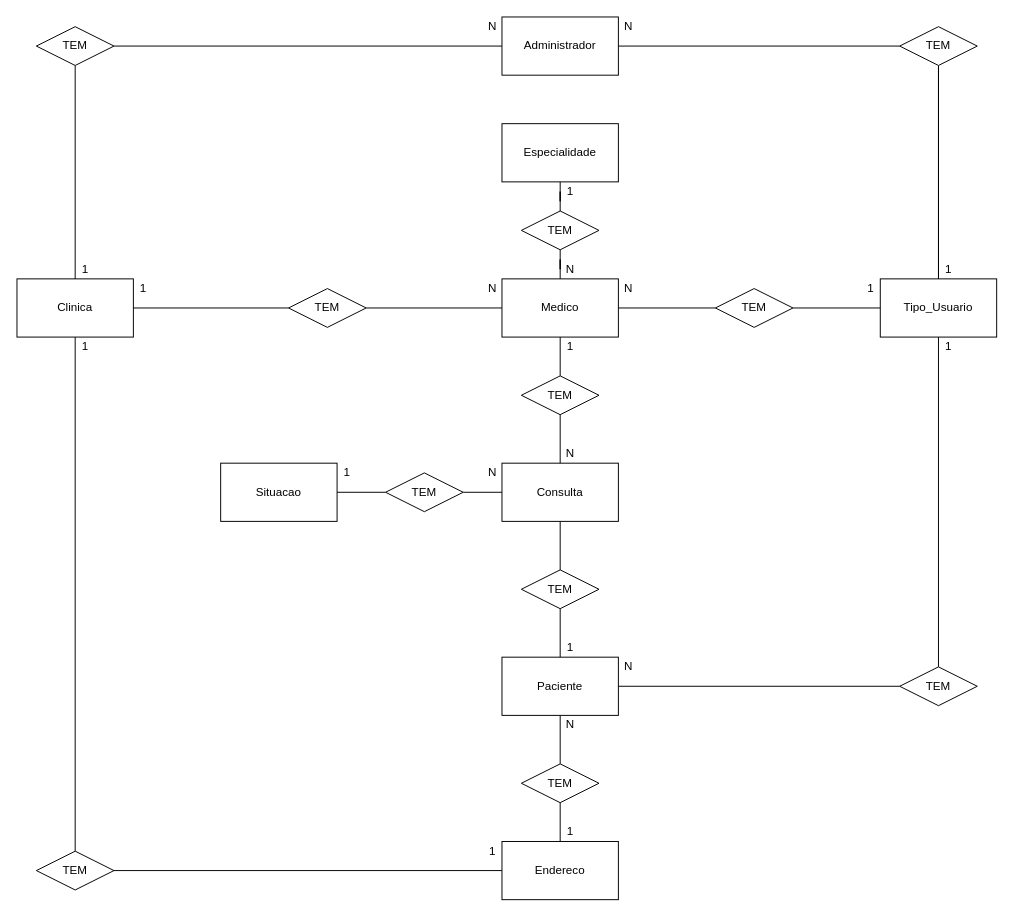
alexandre-ls94/Projeto-SPMedicalGroup keeps this draw.io diagram as page "CONCEITUAL" (1 of 2) of Modelagem/ProjetoSPMedicalGroup.drawio. Above is the earlier version. Source tidied: cells renumbered, new cells numbered last; positions are measured from the earlier drawing's top-left corner, leaving out a move shared by most shapes. Both pictures are drawn from the tidied source at 97%, with x=0, y=0 at pixel (16, 16).
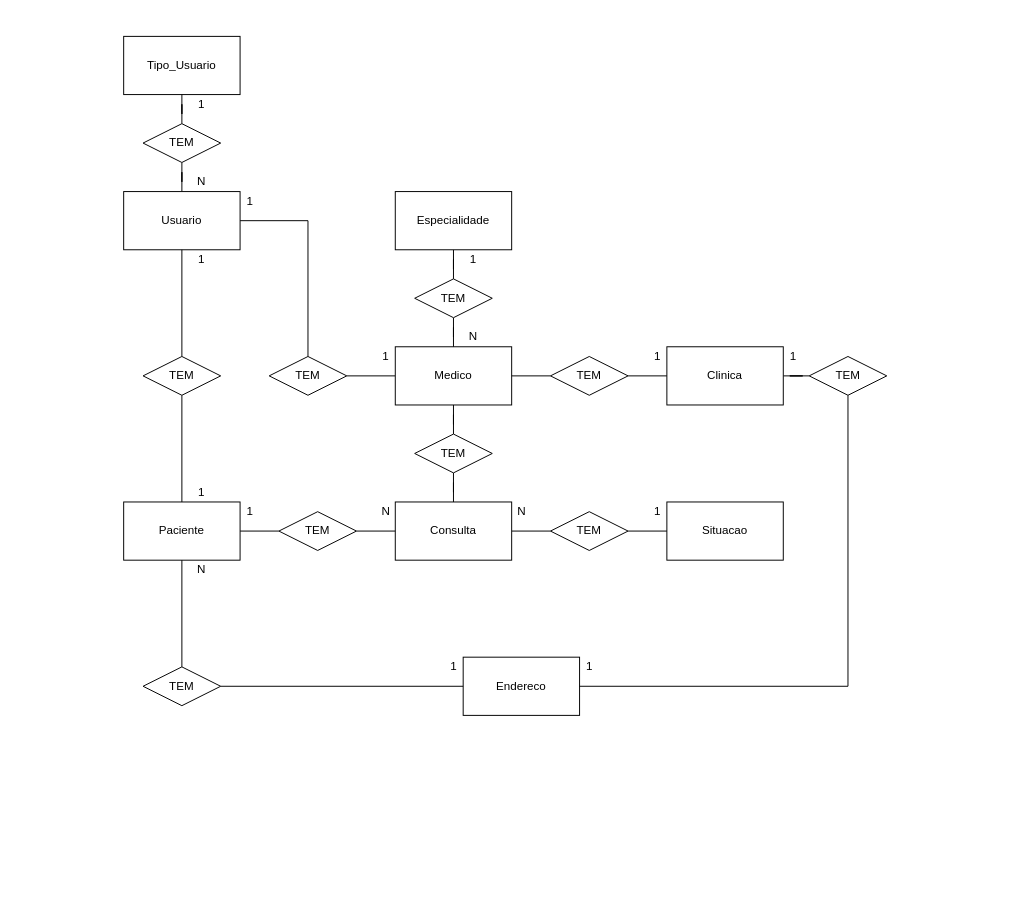
The same page after the edit.

What changed in the source:
```diff
@@
-    <mxCell id="2" style="edgeStyle=orthogonalEdgeStyle;rounded=0;jettySize=auto;html=1;endArrow=none;endFill=0;" parent="1" edge="1" source="3" target="33">
-      <mxGeometry relative="1" as="geometry" />
-    </mxCell>
+    <mxCell id="66" style="edgeStyle=orthogonalEdgeStyle;rounded=0;jettySize=auto;html=1;endArrow=none;endFill=0;" parent="1" edge="1" source="3" target="91">
+      <mxGeometry relative="1" as="geometry" />
+    </mxCell>
     <mxCell id="3" value="Clinica" style="rounded=0;whiteSpace=wrap;html=1;" parent="1" vertex="1">
-      <mxGeometry y="270" width="120" height="60" as="geometry" />
+      <mxGeometry x="670" y="340" width="120" height="60" as="geometry" />
     </mxCell>
-    <mxCell id="4" style="edgeStyle=orthogonalEdgeStyle;rounded=0;jettySize=auto;html=1;endArrow=none;endFill=0;entryX=0.5;entryY=0;entryDx=0;entryDy=0;" parent="1" edge="1" source="49" target="6">
-      <mxGeometry relative="1" as="geometry" />
-    </mxCell>
+    <mxCell id="67" style="edgeStyle=orthogonalEdgeStyle;rounded=0;jettySize=auto;html=1;endArrow=none;endFill=0;" parent="1" edge="1" source="5" target="49">
+      <mxGeometry relative="1" as="geometry" />
+    </mxCell>
+    <mxCell id="68" style="edgeStyle=orthogonalEdgeStyle;rounded=0;jettySize=auto;html=1;endArrow=none;endFill=0;" parent="1" edge="1" source="5" target="74">
+      <mxGeometry relative="1" as="geometry" />
+    </mxCell>
-    <mxCell id="5" value="Administrador" style="rounded=0;whiteSpace=wrap;html=1;" parent="1" vertex="1">
-      <mxGeometry x="500" width="120" height="60" as="geometry" />
+    <mxCell id="5" value="Usuario" style="rounded=0;whiteSpace=wrap;html=1;" parent="1" vertex="1">
+      <mxGeometry x="110" y="180" width="120" height="60" as="geometry" />
     </mxCell>
     <mxCell id="6" value="Tipo_Usuario" style="rounded=0;whiteSpace=wrap;html=1;" parent="1" vertex="1">
-      <mxGeometry x="890" y="270" width="120" height="60" as="geometry" />
+      <mxGeometry x="110" y="20" width="120" height="60" as="geometry" />
     </mxCell>
+    <mxCell id="69" style="edgeStyle=orthogonalEdgeStyle;rounded=0;jettySize=auto;html=1;endArrow=none;endFill=0;" parent="1" edge="1" source="7" target="74">
+      <mxGeometry relative="1" as="geometry" />
+    </mxCell>
     <mxCell id="7" value="Medico" style="rounded=0;whiteSpace=wrap;html=1;" parent="1" vertex="1">
-      <mxGeometry x="500" y="270" width="120" height="60" as="geometry" />
+      <mxGeometry x="390" y="340" width="120" height="60" as="geometry" />
     </mxCell>
+    <mxCell id="70" style="edgeStyle=orthogonalEdgeStyle;rounded=0;jettySize=auto;html=1;endArrow=none;endFill=0;" parent="1" edge="1" source="8" target="78">
+      <mxGeometry relative="1" as="geometry" />
+    </mxCell>
     <mxCell id="8" value="Paciente" style="rounded=0;whiteSpace=wrap;html=1;" parent="1" vertex="1">
-      <mxGeometry x="500" y="660" width="120" height="60" as="geometry" />
+      <mxGeometry x="110" y="500" width="120" height="60" as="geometry" />
     </mxCell>
-    <mxCell id="9" style="edgeStyle=orthogonalEdgeStyle;rounded=0;jettySize=auto;html=1;endArrow=none;endFill=0;" parent="1" edge="1" source="10" target="18">
-      <mxGeometry relative="1" as="geometry" />
-    </mxCell>
+    <mxCell id="71" style="edgeStyle=orthogonalEdgeStyle;rounded=0;jettySize=auto;html=1;endArrow=none;endFill=0;" parent="1" edge="1" source="10" target="76">
+      <mxGeometry relative="1" as="geometry" />
+    </mxCell>
     <mxCell id="10" value="Especialidade" style="rounded=0;whiteSpace=wrap;html=1;" parent="1" vertex="1">
-      <mxGeometry x="500" y="110" width="120" height="60" as="geometry" />
+      <mxGeometry x="390" y="180" width="120" height="60" as="geometry" />
     </mxCell>
+    <mxCell id="72" style="edgeStyle=orthogonalEdgeStyle;rounded=0;jettySize=auto;html=1;endArrow=none;endFill=0;" parent="1" edge="1" source="11" target="83">
+      <mxGeometry relative="1" as="geometry" />
+    </mxCell>
     <mxCell id="11" value="Consulta" style="rounded=0;whiteSpace=wrap;html=1;" parent="1" vertex="1">
-      <mxGeometry x="500" y="460" width="120" height="60" as="geometry" />
+      <mxGeometry x="390" y="500" width="120" height="60" as="geometry" />
     </mxCell>
     <mxCell id="12" value="Endereco" style="rounded=0;whiteSpace=wrap;html=1;" parent="1" vertex="1">
-      <mxGeometry x="500" y="850" width="120" height="60" as="geometry" />
+      <mxGeometry x="460" y="660" width="120" height="60" as="geometry" />
     </mxCell>
-    <mxCell id="13" style="edgeStyle=orthogonalEdgeStyle;rounded=0;jettySize=auto;html=1;endArrow=none;endFill=0;" parent="1" edge="1" source="14" target="16">
-      <mxGeometry relative="1" as="geometry" />
-    </mxCell>
     <mxCell id="14" value="Situacao" style="rounded=0;whiteSpace=wrap;html=1;" parent="1" vertex="1">
-      <mxGeometry x="210" y="460" width="120" height="60" as="geometry" />
+      <mxGeometry x="670" y="500" width="120" height="60" as="geometry" />
     </mxCell>
-    <mxCell id="15" style="edgeStyle=orthogonalEdgeStyle;rounded=0;jettySize=auto;html=1;endArrow=none;endFill=0;" parent="1" edge="1" source="16" target="11">
-      <mxGeometry relative="1" as="geometry" />
-    </mxCell>
-    <mxCell id="16" value="TEM" style="rhombus;whiteSpace=wrap;html=1;" parent="1" vertex="1">
-      <mxGeometry x="380" y="470" width="80" height="40" as="geometry" />
-    </mxCell>
-    <mxCell id="17" style="edgeStyle=orthogonalEdgeStyle;rounded=0;jettySize=auto;html=1;endArrow=none;endFill=0;" parent="1" edge="1" source="18" target="7">
-      <mxGeometry relative="1" as="geometry" />
-    </mxCell>
-    <mxCell id="18" value="TEM" style="rhombus;whiteSpace=wrap;html=1;" parent="1" vertex="1">
-      <mxGeometry x="520" y="200" width="80" height="40" as="geometry" />
-    </mxCell>
-    <mxCell id="19" style="edgeStyle=orthogonalEdgeStyle;rounded=0;jettySize=auto;html=1;endArrow=none;endFill=0;" parent="1" edge="1" source="49" target="6">
-      <mxGeometry relative="1" as="geometry" />
-    </mxCell>
-    <mxCell id="20" style="edgeStyle=orthogonalEdgeStyle;rounded=0;jettySize=auto;html=1;endArrow=none;endFill=0;" parent="1" edge="1" source="22" target="8">
-      <mxGeometry relative="1" as="geometry" />
-    </mxCell>
-    <mxCell id="21" style="edgeStyle=orthogonalEdgeStyle;rounded=0;jettySize=auto;html=1;endArrow=none;endFill=0;" parent="1" edge="1" source="22" target="12">
-      <mxGeometry relative="1" as="geometry" />
-    </mxCell>
-    <mxCell id="22" value="TEM" style="rhombus;whiteSpace=wrap;html=1;" parent="1" vertex="1">
-      <mxGeometry x="520" y="770" width="80" height="40" as="geometry" />
-    </mxCell>
-    <mxCell id="23" style="edgeStyle=orthogonalEdgeStyle;rounded=0;jettySize=auto;html=1;endArrow=none;endFill=0;" parent="1" edge="1" source="25" target="11">
-      <mxGeometry relative="1" as="geometry" />
-    </mxCell>
-    <mxCell id="24" style="edgeStyle=orthogonalEdgeStyle;rounded=0;jettySize=auto;html=1;endArrow=none;endFill=0;" parent="1" edge="1" source="25" target="8">
-      <mxGeometry relative="1" as="geometry" />
-    </mxCell>
-    <mxCell id="25" value="TEM" style="rhombus;whiteSpace=wrap;html=1;" parent="1" vertex="1">
-      <mxGeometry x="520" y="570" width="80" height="40" as="geometry" />
-    </mxCell>
-    <mxCell id="26" style="edgeStyle=orthogonalEdgeStyle;rounded=0;jettySize=auto;html=1;endArrow=none;endFill=0;" parent="1" edge="1" source="28" target="3">
-      <mxGeometry relative="1" as="geometry" />
-    </mxCell>
-    <mxCell id="27" style="edgeStyle=orthogonalEdgeStyle;rounded=0;jettySize=auto;html=1;entryX=0;entryY=0.5;entryDx=0;entryDy=0;endArrow=none;endFill=0;" parent="1" edge="1" source="28" target="7">
-      <mxGeometry relative="1" as="geometry" />
-    </mxCell>
-    <mxCell id="28" value="TEM" style="rhombus;whiteSpace=wrap;html=1;" parent="1" vertex="1">
-      <mxGeometry x="280" y="280" width="80" height="40" as="geometry" />
-    </mxCell>
-    <mxCell id="29" style="edgeStyle=orthogonalEdgeStyle;rounded=0;jettySize=auto;html=1;endArrow=none;endFill=0;" parent="1" edge="1" source="31" target="7">
-      <mxGeometry relative="1" as="geometry" />
-    </mxCell>
-    <mxCell id="30" style="edgeStyle=orthogonalEdgeStyle;rounded=0;jettySize=auto;html=1;endArrow=none;endFill=0;" parent="1" edge="1" source="31" target="11">
-      <mxGeometry relative="1" as="geometry" />
-    </mxCell>
-    <mxCell id="31" value="TEM" style="rhombus;whiteSpace=wrap;html=1;" parent="1" vertex="1">
-      <mxGeometry x="520" y="370" width="80" height="40" as="geometry" />
-    </mxCell>
-    <mxCell id="32" style="edgeStyle=orthogonalEdgeStyle;rounded=0;jettySize=auto;html=1;endArrow=none;endFill=0;" parent="1" edge="1" source="33" target="12">
-      <mxGeometry relative="1" as="geometry" />
-    </mxCell>
-    <mxCell id="33" value="TEM" style="rhombus;whiteSpace=wrap;html=1;" parent="1" vertex="1">
-      <mxGeometry x="20" y="860" width="80" height="40" as="geometry" />
-    </mxCell>
-    <mxCell id="34" value="1" style="text;html=1;align=center;verticalAlign=middle;" parent="1" vertex="1">
-      <mxGeometry x="560" y="170" width="20" height="20" as="geometry" />
-    </mxCell>
-    <mxCell id="35" value="N" style="text;html=1;align=center;verticalAlign=middle;" parent="1" vertex="1">
-      <mxGeometry x="480" y="270" width="20" height="20" as="geometry" />
-    </mxCell>
-    <mxCell id="36" value="N" style="text;html=1;align=center;verticalAlign=middle;" parent="1" vertex="1">
-      <mxGeometry x="560" y="250" width="20" height="20" as="geometry" />
-    </mxCell>
-    <mxCell id="37" value="1" style="text;html=1;align=center;verticalAlign=middle;" parent="1" vertex="1">
-      <mxGeometry x="560" y="330" width="20" height="20" as="geometry" />
-    </mxCell>
-    <mxCell id="38" value="N" style="text;html=1;align=center;verticalAlign=middle;" parent="1" vertex="1">
-      <mxGeometry x="560" y="440" width="20" height="20" as="geometry" />
-    </mxCell>
-    <mxCell id="39" value="1" style="text;html=1;align=center;verticalAlign=middle;" parent="1" vertex="1">
-      <mxGeometry x="330" y="460" width="20" height="20" as="geometry" />
-    </mxCell>
-    <mxCell id="40" value="N" style="text;html=1;align=center;verticalAlign=middle;" parent="1" vertex="1">
-      <mxGeometry x="480" y="460" width="20" height="20" as="geometry" />
-    </mxCell>
-    <mxCell id="41" value="N" style="text;html=1;align=center;verticalAlign=middle;" parent="1" vertex="1">
-      <mxGeometry x="620" y="660" width="20" height="20" as="geometry" />
-    </mxCell>
-    <mxCell id="42" value="1" style="text;html=1;align=center;verticalAlign=middle;" parent="1" vertex="1">
-      <mxGeometry x="560" y="640" width="20" height="20" as="geometry" />
-    </mxCell>
-    <mxCell id="43" value="1" style="text;html=1;align=center;verticalAlign=middle;" parent="1" vertex="1">
-      <mxGeometry x="560" y="830" width="20" height="20" as="geometry" />
-    </mxCell>
-    <mxCell id="44" value="N" style="text;html=1;align=center;verticalAlign=middle;" parent="1" vertex="1">
-      <mxGeometry x="560" y="720" width="20" height="20" as="geometry" />
-    </mxCell>
-    <mxCell id="45" value="1" style="text;html=1;align=center;verticalAlign=middle;" parent="1" vertex="1">
-      <mxGeometry x="120" y="270" width="20" height="20" as="geometry" />
-    </mxCell>
-    <mxCell id="46" value="1" style="text;html=1;align=center;verticalAlign=middle;" parent="1" vertex="1">
-      <mxGeometry x="60" y="330" width="20" height="20" as="geometry" />
-    </mxCell>
-    <mxCell id="47" value="1" style="text;html=1;align=center;verticalAlign=middle;" parent="1" vertex="1">
-      <mxGeometry x="480" y="850" width="20" height="20" as="geometry" />
-    </mxCell>
-    <mxCell id="48" style="edgeStyle=orthogonalEdgeStyle;rounded=0;jettySize=auto;html=1;endArrow=none;endFill=0;" parent="1" edge="1" source="49" target="5">
-      <mxGeometry relative="1" as="geometry" />
-    </mxCell>
+    <mxCell id="73" style="edgeStyle=orthogonalEdgeStyle;rounded=0;jettySize=auto;html=1;endArrow=none;endFill=0;" parent="1" edge="1" source="49" target="6">
+      <mxGeometry relative="1" as="geometry" />
+    </mxCell>
     <mxCell id="49" value="TEM" style="rhombus;whiteSpace=wrap;html=1;" parent="1" vertex="1">
-      <mxGeometry x="910" y="10" width="80" height="40" as="geometry" />
+      <mxGeometry x="130" y="110" width="80" height="40" as="geometry" />
     </mxCell>
-    <mxCell id="50" style="edgeStyle=orthogonalEdgeStyle;rounded=0;jettySize=auto;html=1;endArrow=none;endFill=0;" parent="1" edge="1" source="52" target="7">
-      <mxGeometry relative="1" as="geometry" />
-    </mxCell>
-    <mxCell id="51" style="edgeStyle=orthogonalEdgeStyle;rounded=0;jettySize=auto;html=1;endArrow=none;endFill=0;" parent="1" edge="1" source="52" target="6">
-      <mxGeometry relative="1" as="geometry" />
-    </mxCell>
-    <mxCell id="52" value="TEM" style="rhombus;whiteSpace=wrap;html=1;" parent="1" vertex="1">
-      <mxGeometry x="720" y="280" width="80" height="40" as="geometry" />
-    </mxCell>
-    <mxCell id="53" style="edgeStyle=orthogonalEdgeStyle;rounded=0;jettySize=auto;html=1;endArrow=none;endFill=0;" parent="1" edge="1" source="55" target="6">
-      <mxGeometry relative="1" as="geometry" />
-    </mxCell>
-    <mxCell id="54" style="edgeStyle=orthogonalEdgeStyle;rounded=0;jettySize=auto;html=1;endArrow=none;endFill=0;" parent="1" edge="1" source="55" target="8">
-      <mxGeometry relative="1" as="geometry" />
-    </mxCell>
-    <mxCell id="55" value="TEM" style="rhombus;whiteSpace=wrap;html=1;" parent="1" vertex="1">
-      <mxGeometry x="910" y="670" width="80" height="40" as="geometry" />
-    </mxCell>
-    <mxCell id="56" value="N" style="text;html=1;align=center;verticalAlign=middle;" parent="1" vertex="1">
-      <mxGeometry x="620" y="270" width="20" height="20" as="geometry" />
-    </mxCell>
-    <mxCell id="57" value="1" style="text;html=1;align=center;verticalAlign=middle;" parent="1" vertex="1">
-      <mxGeometry x="870" y="270" width="20" height="20" as="geometry" />
-    </mxCell>
-    <mxCell id="58" value="N" style="text;html=1;align=center;verticalAlign=middle;" parent="1" vertex="1">
-      <mxGeometry x="620" width="20" height="20" as="geometry" />
-    </mxCell>
-    <mxCell id="59" value="1" style="text;html=1;align=center;verticalAlign=middle;" parent="1" vertex="1">
-      <mxGeometry x="950" y="250" width="20" height="20" as="geometry" />
-    </mxCell>
-    <mxCell id="60" value="1" style="text;html=1;align=center;verticalAlign=middle;" parent="1" vertex="1">
-      <mxGeometry x="950" y="330" width="20" height="20" as="geometry" />
-    </mxCell>
-    <mxCell id="61" style="edgeStyle=orthogonalEdgeStyle;rounded=0;jettySize=auto;html=1;endArrow=none;endFill=0;" parent="1" edge="1" source="63" target="5">
-      <mxGeometry relative="1" as="geometry" />
-    </mxCell>
-    <mxCell id="62" style="edgeStyle=orthogonalEdgeStyle;rounded=0;jettySize=auto;html=1;endArrow=none;endFill=0;" parent="1" edge="1" source="63" target="3">
-      <mxGeometry relative="1" as="geometry" />
-    </mxCell>
-    <mxCell id="63" value="TEM" style="rhombus;whiteSpace=wrap;html=1;" parent="1" vertex="1">
-      <mxGeometry x="20" y="10" width="80" height="40" as="geometry" />
-    </mxCell>
-    <mxCell id="64" value="1" style="text;html=1;align=center;verticalAlign=middle;" parent="1" vertex="1">
-      <mxGeometry x="60" y="250" width="20" height="20" as="geometry" />
-    </mxCell>
-    <mxCell id="65" value="N" style="text;html=1;align=center;verticalAlign=middle;" parent="1" vertex="1">
-      <mxGeometry x="480" width="20" height="20" as="geometry" />
-    </mxCell>
+    <mxCell id="74" value="TEM" style="rhombus;whiteSpace=wrap;html=1;" parent="1" vertex="1">
+      <mxGeometry x="260" y="350" width="80" height="40" as="geometry" />
+    </mxCell>
+    <mxCell id="75" style="edgeStyle=orthogonalEdgeStyle;rounded=0;jettySize=auto;html=1;entryX=0.5;entryY=0;entryDx=0;entryDy=0;endArrow=none;endFill=0;" parent="1" edge="1" source="76" target="7">
+      <mxGeometry relative="1" as="geometry" />
+    </mxCell>
+    <mxCell id="76" value="TEM" style="rhombus;whiteSpace=wrap;html=1;" parent="1" vertex="1">
+      <mxGeometry x="410" y="270" width="80" height="40" as="geometry" />
+    </mxCell>
+    <mxCell id="77" style="edgeStyle=orthogonalEdgeStyle;rounded=0;jettySize=auto;html=1;endArrow=none;endFill=0;" parent="1" edge="1" source="78" target="11">
+      <mxGeometry relative="1" as="geometry" />
+    </mxCell>
+    <mxCell id="78" value="TEM" style="rhombus;whiteSpace=wrap;html=1;" parent="1" vertex="1">
+      <mxGeometry x="270" y="510" width="80" height="40" as="geometry" />
+    </mxCell>
+    <mxCell id="79" style="edgeStyle=orthogonalEdgeStyle;rounded=0;jettySize=auto;html=1;endArrow=none;endFill=0;" parent="1" edge="1" source="81" target="11">
+      <mxGeometry relative="1" as="geometry" />
+    </mxCell>
+    <mxCell id="80" style="edgeStyle=orthogonalEdgeStyle;rounded=0;jettySize=auto;html=1;endArrow=none;endFill=0;" parent="1" edge="1" source="81" target="7">
+      <mxGeometry relative="1" as="geometry" />
+    </mxCell>
+    <mxCell id="81" value="TEM" style="rhombus;whiteSpace=wrap;html=1;" parent="1" vertex="1">
+      <mxGeometry x="410" y="430" width="80" height="40" as="geometry" />
+    </mxCell>
+    <mxCell id="82" style="edgeStyle=orthogonalEdgeStyle;rounded=0;jettySize=auto;html=1;endArrow=none;endFill=0;" parent="1" edge="1" source="83" target="14">
+      <mxGeometry relative="1" as="geometry" />
+    </mxCell>
+    <mxCell id="83" value="TEM" style="rhombus;whiteSpace=wrap;html=1;" parent="1" vertex="1">
+      <mxGeometry x="550" y="510" width="80" height="40" as="geometry" />
+    </mxCell>
+    <mxCell id="84" style="edgeStyle=orthogonalEdgeStyle;rounded=0;jettySize=auto;html=1;endArrow=none;endFill=0;" parent="1" edge="1" source="86" target="8">
+      <mxGeometry relative="1" as="geometry" />
+    </mxCell>
+    <mxCell id="85" style="edgeStyle=orthogonalEdgeStyle;rounded=0;jettySize=auto;html=1;endArrow=none;endFill=0;" parent="1" edge="1" source="86" target="12">
+      <mxGeometry relative="1" as="geometry" />
+    </mxCell>
+    <mxCell id="86" value="TEM" style="rhombus;whiteSpace=wrap;html=1;" parent="1" vertex="1">
+      <mxGeometry x="130" y="670" width="80" height="40" as="geometry" />
+    </mxCell>
+    <mxCell id="87" style="edgeStyle=orthogonalEdgeStyle;rounded=0;jettySize=auto;html=1;endArrow=none;endFill=0;" parent="1" edge="1" source="89" target="3">
+      <mxGeometry relative="1" as="geometry" />
+    </mxCell>
+    <mxCell id="88" style="edgeStyle=orthogonalEdgeStyle;rounded=0;jettySize=auto;html=1;endArrow=none;endFill=0;" parent="1" edge="1" source="89" target="7">
+      <mxGeometry relative="1" as="geometry" />
+    </mxCell>
+    <mxCell id="89" value="TEM" style="rhombus;whiteSpace=wrap;html=1;" parent="1" vertex="1">
+      <mxGeometry x="550" y="350" width="80" height="40" as="geometry" />
+    </mxCell>
+    <mxCell id="90" style="edgeStyle=orthogonalEdgeStyle;rounded=0;jettySize=auto;html=1;endArrow=none;endFill=0;entryX=1;entryY=0.5;entryDx=0;entryDy=0;" parent="1" edge="1" source="91" target="12">
+      <mxGeometry relative="1" as="geometry">
+        <Array as="points">
+          <mxPoint x="857" y="690" />
+        </Array>
+      </mxGeometry>
+    </mxCell>
+    <mxCell id="91" value="TEM" style="rhombus;whiteSpace=wrap;html=1;" parent="1" vertex="1">
+      <mxGeometry x="816.7" y="350" width="80" height="40" as="geometry" />
+    </mxCell>
+    <mxCell id="92" value="1" style="text;html=1;align=center;verticalAlign=middle;" parent="1" vertex="1">
+      <mxGeometry x="650" y="500" width="20" height="20" as="geometry" />
+    </mxCell>
+    <mxCell id="93" value="N" style="text;html=1;align=center;verticalAlign=middle;" parent="1" vertex="1">
+      <mxGeometry x="510" y="500" width="20" height="20" as="geometry" />
+    </mxCell>
+    <mxCell id="94" value="1" style="text;html=1;align=center;verticalAlign=middle;" parent="1" vertex="1">
+      <mxGeometry x="790" y="340" width="20" height="20" as="geometry" />
+    </mxCell>
+    <mxCell id="95" value="1" style="text;html=1;align=center;verticalAlign=middle;" parent="1" vertex="1">
+      <mxGeometry x="580" y="660" width="20" height="20" as="geometry" />
+    </mxCell>
+    <mxCell id="96" value="1" style="text;html=1;align=center;verticalAlign=middle;" parent="1" vertex="1">
+      <mxGeometry x="440" y="660" width="20" height="20" as="geometry" />
+    </mxCell>
+    <mxCell id="97" value="N" style="text;html=1;align=center;verticalAlign=middle;" parent="1" vertex="1">
+      <mxGeometry x="180" y="560" width="20" height="20" as="geometry" />
+    </mxCell>
+    <mxCell id="98" value="1" style="text;html=1;align=center;verticalAlign=middle;" parent="1" vertex="1">
+      <mxGeometry x="230" y="500" width="20" height="20" as="geometry" />
+    </mxCell>
+    <mxCell id="99" value="N" style="text;html=1;align=center;verticalAlign=middle;" parent="1" vertex="1">
+      <mxGeometry x="370" y="500" width="20" height="20" as="geometry" />
+    </mxCell>
+    <mxCell id="100" value="1" style="text;html=1;align=center;verticalAlign=middle;" parent="1" vertex="1">
+      <mxGeometry x="650" y="340" width="20" height="20" as="geometry" />
+    </mxCell>
+    <mxCell id="101" value="N" style="text;html=1;align=center;verticalAlign=middle;" parent="1" vertex="1">
+      <mxGeometry x="460" y="320" width="20" height="20" as="geometry" />
+    </mxCell>
+    <mxCell id="102" value="1" style="text;html=1;align=center;verticalAlign=middle;" parent="1" vertex="1">
+      <mxGeometry x="460" y="240" width="20" height="20" as="geometry" />
+    </mxCell>
+    <mxCell id="103" style="edgeStyle=orthogonalEdgeStyle;rounded=0;jettySize=auto;html=1;entryX=0.5;entryY=1;entryDx=0;entryDy=0;endArrow=none;endFill=0;" parent="1" edge="1" source="105" target="5">
+      <mxGeometry relative="1" as="geometry" />
+    </mxCell>
+    <mxCell id="104" style="edgeStyle=orthogonalEdgeStyle;rounded=0;jettySize=auto;html=1;endArrow=none;endFill=0;" parent="1" edge="1" source="105" target="8">
+      <mxGeometry relative="1" as="geometry" />
+    </mxCell>
+    <mxCell id="105" value="TEM" style="rhombus;whiteSpace=wrap;html=1;" parent="1" vertex="1">
+      <mxGeometry x="130" y="350" width="80" height="40" as="geometry" />
+    </mxCell>
+    <mxCell id="106" value="1" style="text;html=1;align=center;verticalAlign=middle;" parent="1" vertex="1">
+      <mxGeometry x="180" y="80" width="20" height="20" as="geometry" />
+    </mxCell>
+    <mxCell id="107" value="N" style="text;html=1;align=center;verticalAlign=middle;" parent="1" vertex="1">
+      <mxGeometry x="180" y="160" width="20" height="20" as="geometry" />
+    </mxCell>
+    <mxCell id="108" value="1" style="text;html=1;align=center;verticalAlign=middle;" parent="1" vertex="1">
+      <mxGeometry x="230" y="180" width="20" height="20" as="geometry" />
+    </mxCell>
+    <mxCell id="109" value="1" style="text;html=1;align=center;verticalAlign=middle;" parent="1" vertex="1">
+      <mxGeometry x="370" y="340" width="20" height="20" as="geometry" />
+    </mxCell>
+    <mxCell id="110" value="1" style="text;html=1;align=center;verticalAlign=middle;" parent="1" vertex="1">
+      <mxGeometry x="180" y="480" width="20" height="20" as="geometry" />
+    </mxCell>
+    <mxCell id="111" value="1" style="text;html=1;align=center;verticalAlign=middle;" parent="1" vertex="1">
+      <mxGeometry x="180" y="240" width="20" height="20" as="geometry" />
+    </mxCell>
```
